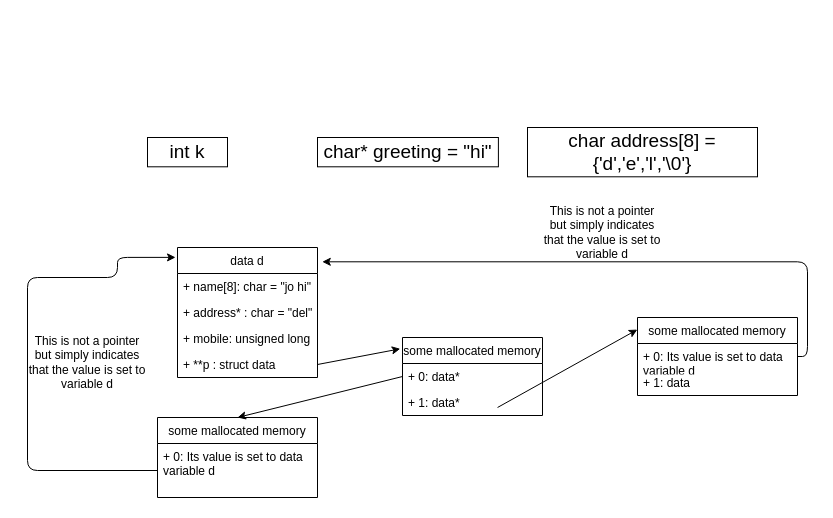
eternalstudy30112004/DSALab keeps this draw.io diagram as Assignments/5/drawings/Q5.drawio. Above is the earlier version. Source tidied: cells renumbered, new cells numbered last; positions are measured from the earlier drawing's top-left corner, leaving out a move shared by most shapes. Both pictures are drawn from the tidied source at 100%, with x=0, y=0 at pixel (27, 127).
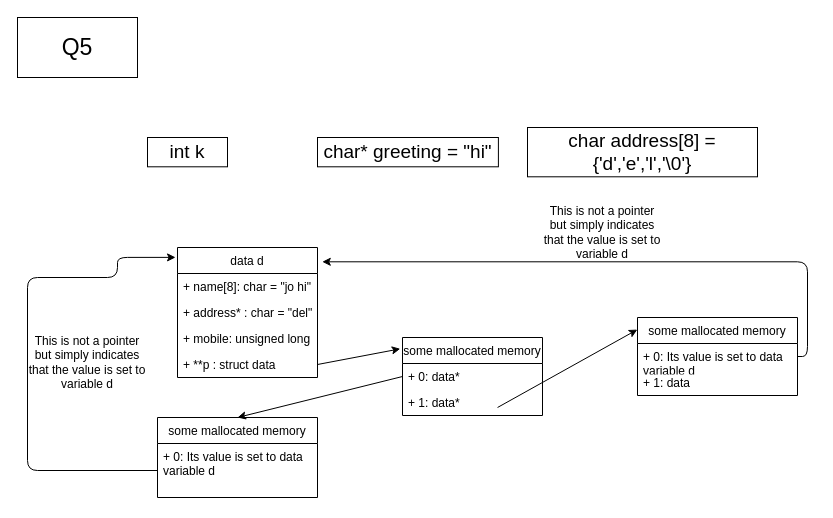
Above is the later version.

Change to the diagram source:
```diff
@@
+    <mxCell id="25" value="&lt;font style=&quot;font-size: 23px;&quot;&gt;Q5&lt;/font&gt;" style="rounded=0;whiteSpace=wrap;html=1;" parent="1" vertex="1">
+      <mxGeometry x="-10" y="-110" width="120" height="60" as="geometry" />
+    </mxCell>
```
